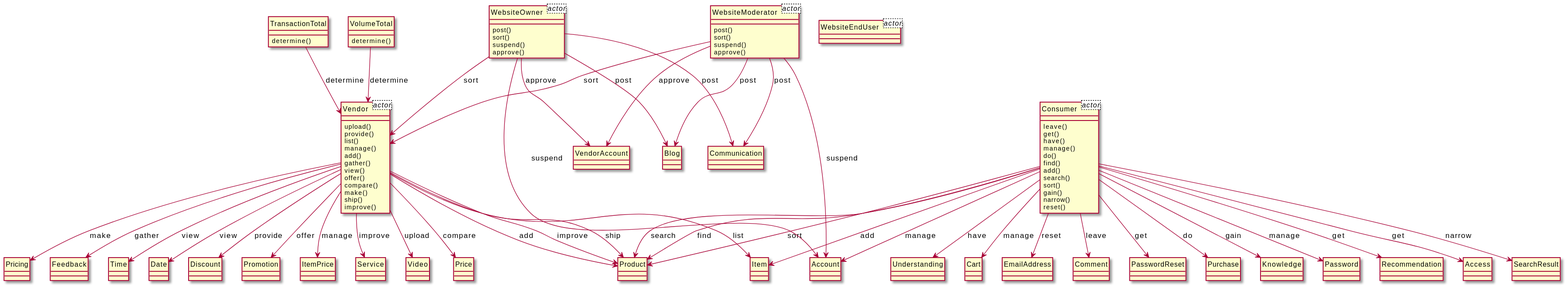
Earlier version of the PlantUML export output/diagram_5/2015-USC-Project07.svg (xixixhalu/DomainModelExtractor). Its diagram source:
```plantuml
@startuml
hide circle
class Vendor<actor> {
}
class Consumer<actor> {
}
class WebsiteOwner<actor> {
}
class WebsiteModerator<actor> {
}
class WebsiteEndUser<actor> {
}
class Consumer {
	leave()
	get()
	have()
	manage()
	do()
	find()
	add()
	search()
	sort()
	gain()
	narrow()
	reset()
}
class Cart {
}
class WebsiteModerator {
	post()
	sort()
	suspend()
	approve()
}
class VendorAccount {
}
class Product {
}
class EmailAddress {
}
class Communication {
}
class VolumeTotal {
	determine()
}
class Vendor {
	upload()
	provide()
	list()
	manage()
	add()
	gather()
	view()
	offer()
	compare()
	make()
	ship()
	improve()
}
class WebsiteOwner {
	post()
	sort()
	suspend()
	approve()
}
class Blog {
}
class Time {
}
class Comment {
}
class Account {
}
class TransactionTotal {
	determine()
}
class Date {
}
class Discount {
}
class PasswordReset {
}
class Item {
}
class Purchase {
}
class Promotion {
}
class Knowledge {
}
class ItemPrice {
}
class Service {
}
class Password {
}
class Recommendation {
}
class Video {
}
class Access {
}
class SearchResult {
}
class Price {
}
class Pricing {
}
class Feedback {
}
class Understanding {
}
WebsiteModerator --> VendorAccount : approve
Consumer --> Item : add
Vendor --> Video : upload
Consumer --> Account : manage
WebsiteOwner --> VendorAccount : approve
Consumer --> Product : search
Consumer --> Access : get
Vendor --> Item : list
VolumeTotal --> Vendor : determine
WebsiteOwner --> Blog : post
Consumer --> SearchResult : narrow
Consumer --> Purchase : do
Vendor --> Time : view
Vendor --> Price : compare
Vendor --> Promotion : offer
Consumer --> EmailAddress : reset
Consumer --> Comment : leave
Consumer --> Product : find
Vendor --> Product : add
WebsiteOwner --> Communication : post
Consumer --> Knowledge : gain
WebsiteOwner --> Account : suspend
WebsiteModerator --> Vendor : sort
Consumer --> Product : sort
Vendor --> ItemPrice : manage
Vendor --> Pricing : make
WebsiteModerator --> Communication : post
TransactionTotal --> Vendor : determine
WebsiteModerator --> Blog : post
Vendor --> Date : view
WebsiteModerator --> Account : suspend
Vendor --> Product : improve
Vendor --> Feedback : gather
Vendor --> Service : improve
Vendor --> Discount : provide
Consumer --> Understanding : have
Consumer --> Password : manage
Consumer --> Cart : manage
Vendor --> Product : ship
Consumer --> PasswordReset : get
Consumer --> Recommendation : get
WebsiteOwner --> Vendor : sort
@enduml
```
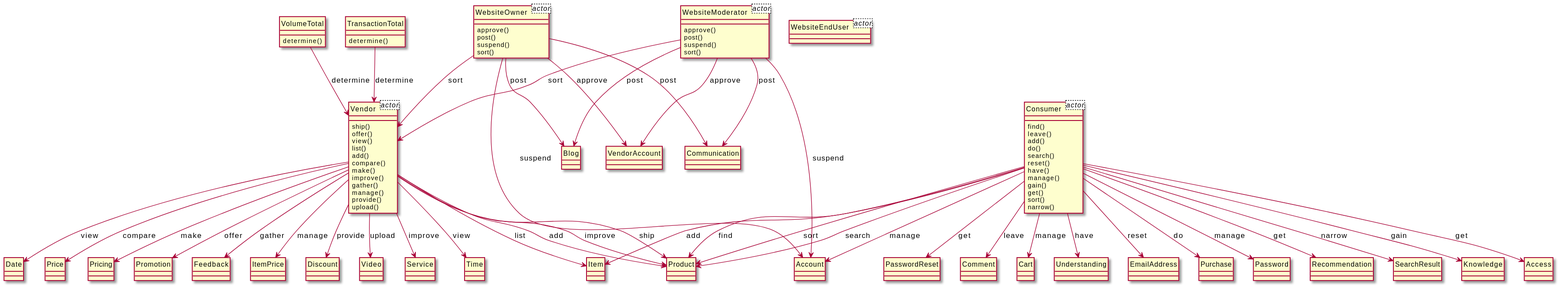
After the change.

Diff of the diagram source:
```diff
@@ -11,145 +11,145 @@
 class WebsiteEndUser<actor> {
 }
 class Consumer {
+	find()
 	leave()
-	get()
+	add()
+	do()
+	search()
+	reset()
 	have()
 	manage()
-	do()
-	find()
-	add()
-	search()
+	gain()
+	get()
 	sort()
-	gain()
 	narrow()
-	reset()
 }
-class Cart {
+class Comment {
 }
 class WebsiteModerator {
+	approve()
 	post()
+	suspend()
 	sort()
-	suspend()
-	approve()
-}
-class VendorAccount {
-}
-class Product {
-}
-class EmailAddress {
-}
-class Communication {
-}
-class VolumeTotal {
-	determine()
-}
-class Vendor {
-	upload()
-	provide()
-	list()
-	manage()
-	add()
-	gather()
-	view()
-	offer()
-	compare()
-	make()
-	ship()
-	improve()
-}
-class WebsiteOwner {
-	post()
-	sort()
-	suspend()
-	approve()
-}
-class Blog {
-}
-class Time {
-}
-class Comment {
 }
 class Account {
 }
 class TransactionTotal {
 	determine()
 }
-class Date {
+class Vendor {
+	ship()
+	offer()
+	view()
+	list()
+	add()
+	compare()
+	make()
+	improve()
+	gather()
+	manage()
+	provide()
+	upload()
+}
+class Item {
+}
+class Pricing {
+}
+class Product {
+}
+class Promotion {
+}
+class WebsiteOwner {
+	approve()
+	post()
+	suspend()
+	sort()
+}
+class Blog {
+}
+class Cart {
+}
+class Communication {
+}
+class Feedback {
+}
+class ItemPrice {
 }
 class Discount {
 }
-class PasswordReset {
+class Understanding {
 }
-class Item {
+class VolumeTotal {
+	determine()
+}
+class EmailAddress {
 }
 class Purchase {
 }
-class Promotion {
+class Password {
 }
-class Knowledge {
-}
-class ItemPrice {
-}
-class Service {
-}
-class Password {
+class VendorAccount {
 }
 class Recommendation {
 }
 class Video {
 }
-class Access {
+class Service {
+}
+class Time {
 }
 class SearchResult {
 }
+class Knowledge {
+}
+class Date {
+}
 class Price {
 }
-class Pricing {
+class Access {
 }
-class Feedback {
+class PasswordReset {
 }
-class Understanding {
-}
-WebsiteModerator --> VendorAccount : approve
-Consumer --> Item : add
+WebsiteModerator --> Account : suspend
 Vendor --> Video : upload
+Vendor --> Product : ship
+Vendor --> Pricing : make
+Consumer --> Product : find
+Vendor --> Service : improve
+WebsiteOwner --> Account : suspend
+Consumer --> Product : sort
+Vendor --> Promotion : offer
+Vendor --> Time : view
+VolumeTotal --> Vendor : determine
 Consumer --> Account : manage
-WebsiteOwner --> VendorAccount : approve
-Consumer --> Product : search
-Consumer --> Access : get
-Vendor --> Item : list
-VolumeTotal --> Vendor : determine
+WebsiteOwner --> Vendor : sort
+Vendor --> Product : add
+Consumer --> EmailAddress : reset
 WebsiteOwner --> Blog : post
 Consumer --> SearchResult : narrow
+Vendor --> Item : list
+TransactionTotal --> Vendor : determine
+Consumer --> Item : add
+Consumer --> Cart : manage
 Consumer --> Purchase : do
-Vendor --> Time : view
-Vendor --> Price : compare
-Vendor --> Promotion : offer
-Consumer --> EmailAddress : reset
-Consumer --> Comment : leave
-Consumer --> Product : find
-Vendor --> Product : add
-WebsiteOwner --> Communication : post
 Consumer --> Knowledge : gain
-WebsiteOwner --> Account : suspend
+WebsiteModerator --> Communication : post
 WebsiteModerator --> Vendor : sort
-Consumer --> Product : sort
-Vendor --> ItemPrice : manage
-Vendor --> Pricing : make
-WebsiteModerator --> Communication : post
-TransactionTotal --> Vendor : determine
-WebsiteModerator --> Blog : post
+Consumer --> Product : search
 Vendor --> Date : view
-WebsiteModerator --> Account : suspend
 Vendor --> Product : improve
 Vendor --> Feedback : gather
-Vendor --> Service : improve
+WebsiteOwner --> Communication : post
+Vendor --> Price : compare
+Consumer --> Password : manage
+Vendor --> ItemPrice : manage
+Consumer --> Access : get
+WebsiteModerator --> VendorAccount : approve
 Vendor --> Discount : provide
-Consumer --> Understanding : have
-Consumer --> Password : manage
-Consumer --> Cart : manage
-Vendor --> Product : ship
+Consumer --> Comment : leave
 Consumer --> PasswordReset : get
 Consumer --> Recommendation : get
-WebsiteOwner --> Vendor : sort
+Consumer --> Understanding : have
+WebsiteModerator --> Blog : post
+WebsiteOwner --> VendorAccount : approve
 @enduml
```
